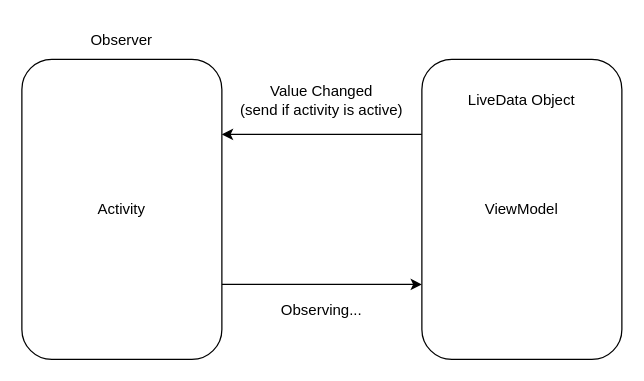
The draw.io diagram page "Page-2" (2 of 3) of Tutorial - Kotlin/Kotlin Tutorial For Beginners/Kotlin LiveData.drawio in rzrasel/temp-and-app, before the edit. Source tidied: cells renumbered, new cells numbered last; positions are measured from the earlier drawing's top-left corner, leaving out a move shared by most shapes. Both pictures are drawn from the tidied source at 125%, with x=0, y=0 at pixel (21, 21).
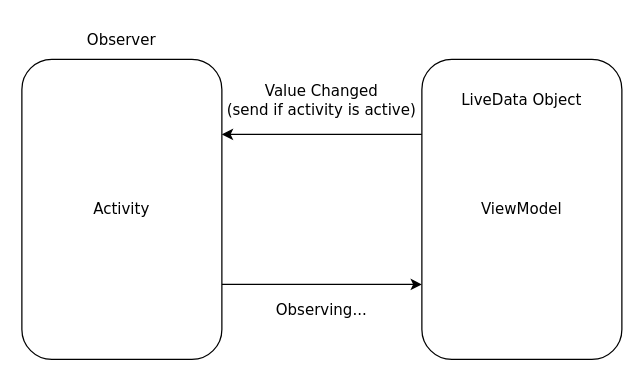
Above is the later version.

What changed in the source:
```diff
@@
 <mxGraphModel>
   <root>
     <mxCell id="0" />
     <mxCell id="1" parent="0" />
-    <mxCell id="2" style="edgeStyle=orthogonalEdgeStyle;rounded=0;jettySize=auto;html=1;exitX=1;exitY=0.75;exitDx=0;exitDy=0;entryX=0;entryY=0.75;entryDx=0;entryDy=0;" parent="1" edge="1" source="3" target="5">
+    <mxCell id="2" style="edgeStyle=orthogonalEdgeStyle;rounded=0;jettySize=auto;html=1;exitX=1;exitY=0.75;exitDx=0;exitDy=0;entryX=0;entryY=0.75;entryDx=0;entryDy=0;fontFamily=Verdana;" parent="1" edge="1" source="3" target="5">
       <mxGeometry relative="1" as="geometry" />
     </mxCell>
-    <mxCell id="3" value="Activity" style="rounded=1;whiteSpace=wrap;html=1;" parent="1" vertex="1">
+    <mxCell id="3" value="Activity" style="rounded=1;whiteSpace=wrap;html=1;fontFamily=Verdana;" parent="1" vertex="1">
       <mxGeometry y="30" width="160" height="240" as="geometry" />
     </mxCell>
-    <mxCell id="4" style="edgeStyle=orthogonalEdgeStyle;rounded=0;jettySize=auto;html=1;exitX=0;exitY=0.25;exitDx=0;exitDy=0;entryX=1;entryY=0.25;entryDx=0;entryDy=0;" parent="1" edge="1" source="5" target="3">
+    <mxCell id="4" style="edgeStyle=orthogonalEdgeStyle;rounded=0;jettySize=auto;html=1;exitX=0;exitY=0.25;exitDx=0;exitDy=0;entryX=1;entryY=0.25;entryDx=0;entryDy=0;fontFamily=Verdana;" parent="1" edge="1" source="5" target="3">
       <mxGeometry relative="1" as="geometry" />
     </mxCell>
-    <mxCell id="5" value="ViewModel" style="rounded=1;whiteSpace=wrap;html=1;" parent="1" vertex="1">
+    <mxCell id="5" value="ViewModel" style="rounded=1;whiteSpace=wrap;html=1;fontFamily=Verdana;" parent="1" vertex="1">
       <mxGeometry x="320" y="30" width="160" height="240" as="geometry" />
     </mxCell>
-    <mxCell id="6" value="LiveData Object" style="text;html=1;strokeColor=none;fillColor=none;align=center;verticalAlign=middle;whiteSpace=wrap;rounded=0;" parent="1" vertex="1">
+    <mxCell id="6" value="LiveData Object" style="text;html=1;strokeColor=none;fillColor=none;align=center;verticalAlign=middle;whiteSpace=wrap;rounded=0;fontFamily=Verdana;" parent="1" vertex="1">
       <mxGeometry x="350" y="48" width="100" height="30" as="geometry" />
     </mxCell>
-    <mxCell id="7" value="&lt;div&gt;Observer&lt;/div&gt;" style="text;html=1;strokeColor=none;fillColor=none;align=center;verticalAlign=middle;whiteSpace=wrap;rounded=0;" parent="1" vertex="1">
+    <mxCell id="7" value="&lt;div&gt;Observer&lt;/div&gt;" style="text;html=1;strokeColor=none;fillColor=none;align=center;verticalAlign=middle;whiteSpace=wrap;rounded=0;fontFamily=Verdana;" parent="1" vertex="1">
       <mxGeometry x="50" width="60" height="30" as="geometry" />
     </mxCell>
-    <mxCell id="8" value="Observing..." style="text;html=1;strokeColor=none;fillColor=none;align=center;verticalAlign=middle;whiteSpace=wrap;rounded=0;" parent="1" vertex="1">
+    <mxCell id="8" value="Observing..." style="text;html=1;strokeColor=none;fillColor=none;align=center;verticalAlign=middle;whiteSpace=wrap;rounded=0;fontFamily=Verdana;" parent="1" vertex="1">
       <mxGeometry x="160" y="216" width="160" height="30" as="geometry" />
     </mxCell>
-    <mxCell id="9" value="&lt;div&gt;Value Changed&lt;/div&gt;&lt;div&gt;(send if activity is active)&lt;/div&gt;" style="text;html=1;strokeColor=none;fillColor=none;align=center;verticalAlign=middle;whiteSpace=wrap;rounded=0;" parent="1" vertex="1">
+    <mxCell id="9" value="&lt;div&gt;Value Changed&lt;/div&gt;&lt;div&gt;(send if activity is active)&lt;/div&gt;" style="text;html=1;strokeColor=none;fillColor=none;align=center;verticalAlign=middle;whiteSpace=wrap;rounded=0;fontFamily=Verdana;" parent="1" vertex="1">
       <mxGeometry x="160" y="33" width="160" height="60" as="geometry" />
     </mxCell>
   </root>
 </mxGraphModel>
```
